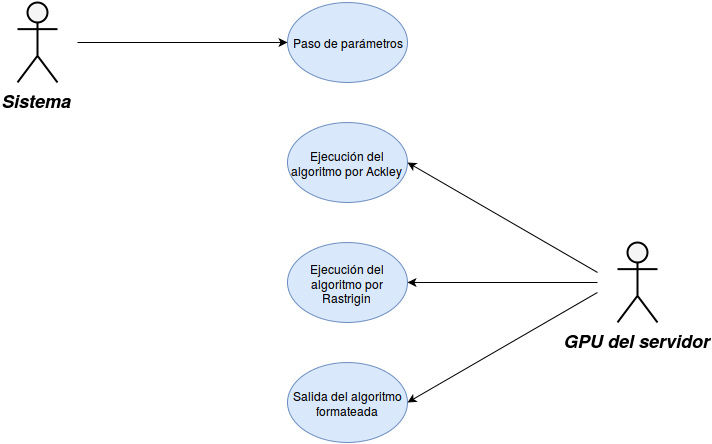
Above: images/d_CU2.png in JCristobal/documentacionSWGPU (draw.io), before the change. Source tidied: cells renumbered, new cells last; positions are measured from the earlier drawing's top-left corner, leaving out a move shared by most shapes. Source of this version:
```xml
<mxGraphModel background="#ffffff">
  <root>
    <mxCell id="0" style="html=1;" />
    <mxCell id="1" style="html=1;" parent="0" />
    <mxCell id="2" value="Sistema" style="shape=umlActor;verticalLabelPosition=bottom;verticalAlign=top;fillColor=#f5f5f5;strokeColor=#000000;fontStyle=3;fontSize=18;fontFamily=Helvetica;strokeWidth=2;html=1;" parent="1" vertex="1">
      <mxGeometry width="40" height="80" as="geometry" />
    </mxCell>
    <mxCell id="3" value="Paso de parámetros&lt;br&gt;" style="ellipse;whiteSpace=wrap;html=1;fillColor=#dae8fc;strokeColor=#6c8ebf;" parent="1" vertex="1">
      <mxGeometry x="270" width="120" height="80" as="geometry" />
    </mxCell>
    <mxCell id="4" style="endArrow=classic;html=1;fillColor=#ffffff;strokeColor=#000000;entryX=0;entryY=0.5;" parent="1" edge="1" target="3">
      <mxGeometry relative="1" as="geometry">
        <mxPoint x="60" y="40" as="sourcePoint" />
      </mxGeometry>
    </mxCell>
    <mxCell id="5" value="Ejecución del algoritmo por Ackley&lt;br&gt;" style="ellipse;whiteSpace=wrap;html=1;fillColor=#dae8fc;strokeColor=#6c8ebf;" parent="1" vertex="1">
      <mxGeometry x="270" y="120" width="120" height="80" as="geometry" />
    </mxCell>
    <mxCell id="6" value="Ejecución del algoritmo por Rastrigin&lt;br&gt;" style="ellipse;whiteSpace=wrap;html=1;fillColor=#dae8fc;strokeColor=#6c8ebf;" parent="1" vertex="1">
      <mxGeometry x="270" y="240" width="120" height="80" as="geometry" />
    </mxCell>
    <mxCell id="7" value="Salida del algoritmo formateada&lt;br&gt;" style="ellipse;whiteSpace=wrap;html=1;fillColor=#dae8fc;strokeColor=#6c8ebf;" parent="1" vertex="1">
      <mxGeometry x="270" y="360" width="120" height="80" as="geometry" />
    </mxCell>
    <mxCell id="8" value="GPU del servidor&lt;br&gt;" style="shape=umlActor;verticalLabelPosition=bottom;verticalAlign=top;fillColor=#f5f5f5;strokeColor=#000000;fontStyle=3;fontSize=18;fontFamily=Helvetica;strokeWidth=2;html=1;" parent="1" vertex="1">
      <mxGeometry x="600" y="240" width="40" height="80" as="geometry" />
    </mxCell>
    <mxCell id="9" style="endArrow=classic;html=1;entryX=1;entryY=0.5;" parent="1" edge="1" target="5">
      <mxGeometry relative="1" as="geometry">
        <mxPoint x="580" y="270" as="sourcePoint" />
      </mxGeometry>
    </mxCell>
    <mxCell id="10" style="endArrow=classic;html=1;entryX=1;entryY=0.5;" parent="1" edge="1" target="7">
      <mxGeometry relative="1" as="geometry">
        <mxPoint x="580" y="290" as="sourcePoint" />
      </mxGeometry>
    </mxCell>
    <mxCell id="11" style="endArrow=classic;html=1;entryX=1;entryY=0.5;" parent="1" edge="1" target="6">
      <mxGeometry relative="1" as="geometry">
        <mxPoint x="580" y="280" as="sourcePoint" />
      </mxGeometry>
    </mxCell>
  </root>
</mxGraphModel>
```
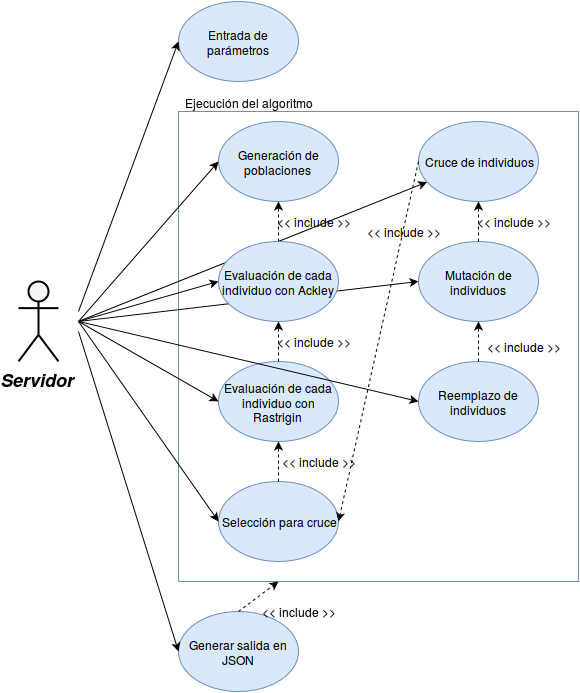
Later version of the same file.

What changed in the source:
```diff
@@ -2,43 +2,128 @@
   <root>
     <mxCell id="0" style="html=1;" />
     <mxCell id="1" style="html=1;" parent="0" />
+    <mxCell id="12" style="whiteSpace=wrap;html=1;strokeColor=#6C8EBF;strokeWidth=1;" parent="1" vertex="1">
+      <mxGeometry x="230" y="110" width="400" height="470" as="geometry" />
+    </mxCell>
-    <mxCell id="2" value="Sistema" style="shape=umlActor;verticalLabelPosition=bottom;verticalAlign=top;fillColor=#f5f5f5;strokeColor=#000000;fontStyle=3;fontSize=18;fontFamily=Helvetica;strokeWidth=2;html=1;" parent="1" vertex="1">
-      <mxGeometry width="40" height="80" as="geometry" />
+    <mxCell id="2" value="Servidor" style="shape=umlActor;verticalLabelPosition=bottom;verticalAlign=top;fillColor=#f5f5f5;strokeColor=#000000;fontStyle=3;fontSize=18;fontFamily=Helvetica;strokeWidth=2;html=1;" parent="1" vertex="1">
+      <mxGeometry x="70" y="280" width="40" height="80" as="geometry" />
     </mxCell>
-    <mxCell id="3" value="Paso de parámetros&lt;br&gt;" style="ellipse;whiteSpace=wrap;html=1;fillColor=#dae8fc;strokeColor=#6c8ebf;" parent="1" vertex="1">
-      <mxGeometry x="270" width="120" height="80" as="geometry" />
+    <mxCell id="3" value="Entrada de parámetros&lt;br&gt;" style="ellipse;whiteSpace=wrap;html=1;fillColor=#dae8fc;strokeColor=#6c8ebf;" parent="1" vertex="1">
+      <mxGeometry x="230" width="120" height="80" as="geometry" />
     </mxCell>
     <mxCell id="4" style="endArrow=classic;html=1;fillColor=#ffffff;strokeColor=#000000;entryX=0;entryY=0.5;" parent="1" edge="1" target="3">
       <mxGeometry relative="1" as="geometry">
-        <mxPoint x="60" y="40" as="sourcePoint" />
+        <mxPoint x="130" y="310" as="sourcePoint" />
       </mxGeometry>
     </mxCell>
-    <mxCell id="5" value="Ejecución del algoritmo por Ackley&lt;br&gt;" style="ellipse;whiteSpace=wrap;html=1;fillColor=#dae8fc;strokeColor=#6c8ebf;" parent="1" vertex="1">
+    <mxCell id="5" value="Generación de poblaciones&lt;br&gt;" style="ellipse;whiteSpace=wrap;html=1;fillColor=#dae8fc;strokeColor=#6c8ebf;" parent="1" vertex="1">
       <mxGeometry x="270" y="120" width="120" height="80" as="geometry" />
     </mxCell>
+    <mxCell id="7" value="Evaluación de cada individuo con Rastrigin&lt;br&gt;" style="ellipse;whiteSpace=wrap;html=1;fillColor=#dae8fc;strokeColor=#6c8ebf;" parent="1" vertex="1">
+      <mxGeometry x="270" y="360" width="120" height="80" as="geometry" />
+    </mxCell>
+    <mxCell id="13" value="Selección para cruce&lt;br&gt;" style="ellipse;whiteSpace=wrap;html=1;strokeColor=#6C8EBF;strokeWidth=1;fillColor=#dae8fc;" parent="1" vertex="1">
+      <mxGeometry x="270" y="480" width="120" height="80" as="geometry" />
+    </mxCell>
+    <mxCell id="14" value="Cruce de individuos&lt;br&gt;" style="ellipse;whiteSpace=wrap;html=1;fillColor=#dae8fc;strokeColor=#6c8ebf;" parent="1" vertex="1">
+      <mxGeometry x="470" y="120" width="120" height="80" as="geometry" />
+    </mxCell>
+    <mxCell id="15" value="Mutación de individuos&lt;br&gt;" style="ellipse;whiteSpace=wrap;html=1;fillColor=#dae8fc;strokeColor=#6c8ebf;" parent="1" vertex="1">
+      <mxGeometry x="470" y="240" width="120" height="80" as="geometry" />
+    </mxCell>
+    <mxCell id="16" value="Reemplazo de individuos&lt;br&gt;" style="ellipse;whiteSpace=wrap;html=1;fillColor=#dae8fc;strokeColor=#6c8ebf;" parent="1" vertex="1">
+      <mxGeometry x="470" y="360" width="120" height="80" as="geometry" />
+    </mxCell>
+    <mxCell id="17" value="Generar salida en JSON&lt;br&gt;" style="ellipse;whiteSpace=wrap;html=1;fillColor=#dae8fc;strokeColor=#6c8ebf;" parent="1" vertex="1">
+      <mxGeometry x="230" y="610" width="120" height="80" as="geometry" />
+    </mxCell>
+    <mxCell id="18" value="Ejecución del algoritmo&lt;br&gt;" style="text;html=1;strokeColor=none;fillColor=none;align=center;verticalAlign=middle;whiteSpace=wrap;" parent="1" vertex="1">
+      <mxGeometry x="230" y="100" width="140" as="geometry" />
+    </mxCell>
+    <mxCell id="19" style="endArrow=classic;html=1;entryX=0;entryY=0.5;" parent="1" edge="1" target="17">
+      <mxGeometry relative="1" as="geometry">
+        <mxPoint x="130" y="330" as="sourcePoint" />
+      </mxGeometry>
+    </mxCell>
+    <mxCell id="20" style="endArrow=classic;html=1;entryX=0;entryY=0.5;" parent="1" edge="1" target="5">
+      <mxGeometry relative="1" as="geometry">
+        <mxPoint x="130" y="320" as="sourcePoint" />
+      </mxGeometry>
+    </mxCell>
+    <mxCell id="21" style="endArrow=classic;html=1;dashed=1;entryX=0.5;entryY=1;exitX=0.5;exitY=0;" parent="1" edge="1" source="15" target="14">
+      <mxGeometry relative="1" as="geometry" />
+    </mxCell>
+    <mxCell id="22" value="&amp;lt;&amp;lt; include &amp;gt;&amp;gt;&lt;br&gt;" style="text;html=1;strokeColor=none;fillColor=none;align=center;verticalAlign=middle;whiteSpace=wrap;" parent="1" vertex="1">
+      <mxGeometry x="520" y="210" width="90" height="20" as="geometry" />
+    </mxCell>
+    <mxCell id="23" style="endArrow=classic;html=1;dashed=1;entryX=0.25;entryY=1;exitX=0.5;exitY=0;" parent="1" edge="1" source="17" target="12">
+      <mxGeometry x="485" y="670" as="geometry" />
+    </mxCell>
+    <mxCell id="24" value="&amp;lt;&amp;lt; include &amp;gt;&amp;gt;&lt;br&gt;" style="text;html=1;strokeColor=none;fillColor=none;align=center;verticalAlign=middle;whiteSpace=wrap;" parent="1" vertex="1">
+      <mxGeometry x="305" y="600" width="90" height="20" as="geometry" />
+    </mxCell>
+    <mxCell id="25" style="endArrow=classic;html=1;dashed=1;entryX=0.5;entryY=1;" parent="1" edge="1" source="6" target="5">
+      <mxGeometry x="365" y="320" as="geometry" />
+    </mxCell>
+    <mxCell id="26" value="&amp;lt;&amp;lt; include &amp;gt;&amp;gt;&lt;br&gt;" style="text;html=1;strokeColor=none;fillColor=none;align=center;verticalAlign=middle;whiteSpace=wrap;" parent="1" vertex="1">
+      <mxGeometry x="320" y="210" width="90" height="20" as="geometry" />
+    </mxCell>
+    <mxCell id="27" style="endArrow=classic;html=1;dashed=1;entryX=0.5;entryY=1;exitX=0.5;exitY=0;" parent="1" edge="1" source="7" target="6">
+      <mxGeometry x="335" y="430" as="geometry" />
+    </mxCell>
+    <mxCell id="28" value="&amp;lt;&amp;lt; include &amp;gt;&amp;gt;&lt;br&gt;" style="text;html=1;strokeColor=none;fillColor=none;align=center;verticalAlign=middle;whiteSpace=wrap;" parent="1" vertex="1">
+      <mxGeometry x="320" y="330" width="90" height="20" as="geometry" />
+    </mxCell>
+    <mxCell id="29" style="endArrow=classic;html=1;dashed=1;entryX=0.5;entryY=1;" parent="1" edge="1" source="13" target="7">
+      <mxGeometry x="600" y="440" as="geometry" />
+    </mxCell>
+    <mxCell id="30" value="&amp;lt;&amp;lt; include &amp;gt;&amp;gt;&lt;br&gt;" style="text;html=1;strokeColor=none;fillColor=none;align=center;verticalAlign=middle;whiteSpace=wrap;" parent="1" vertex="1">
+      <mxGeometry x="325" y="450" width="90" height="20" as="geometry" />
+    </mxCell>
+    <mxCell id="31" style="endArrow=classic;html=1;dashed=1;entryX=1;entryY=0.5;exitX=0;exitY=0.5;" parent="1" edge="1" source="14" target="13">
+      <mxGeometry x="610" y="420" as="geometry" />
+    </mxCell>
+    <mxCell id="32" value="&amp;lt;&amp;lt; include &amp;gt;&amp;gt;&lt;br&gt;" style="text;html=1;strokeColor=none;fillColor=none;align=center;verticalAlign=middle;whiteSpace=wrap;" parent="1" vertex="1">
+      <mxGeometry x="410" y="220" width="90" height="20" as="geometry" />
+    </mxCell>
+    <mxCell id="33" style="endArrow=classic;html=1;dashed=1;entryX=0.5;entryY=1;exitX=0.5;exitY=0;" parent="1" edge="1" source="16" target="15">
+      <mxGeometry x="645" y="420" as="geometry" />
+    </mxCell>
+    <mxCell id="34" value="&amp;lt;&amp;lt; include &amp;gt;&amp;gt;&lt;br&gt;" style="text;html=1;strokeColor=none;fillColor=none;align=center;verticalAlign=middle;whiteSpace=wrap;" parent="1" vertex="1">
+      <mxGeometry x="530" y="335" width="90" height="20" as="geometry" />
+    </mxCell>
+    <mxCell id="35" style="endArrow=classic;html=1;entryX=0;entryY=0.5;" parent="1" edge="1" target="6">
+      <mxGeometry relative="1" as="geometry">
+        <mxPoint x="130" y="320" as="sourcePoint" />
+      </mxGeometry>
+    </mxCell>
+    <mxCell id="36" style="endArrow=classic;html=1;entryX=0;entryY=0.5;" parent="1" edge="1" target="7">
+      <mxGeometry relative="1" as="geometry">
+        <mxPoint x="130" y="320" as="sourcePoint" />
+      </mxGeometry>
+    </mxCell>
+    <mxCell id="37" style="endArrow=classic;html=1;entryX=0;entryY=0.5;" parent="1" edge="1" target="13">
+      <mxGeometry relative="1" as="geometry">
+        <mxPoint x="130" y="320" as="sourcePoint" />
+      </mxGeometry>
+    </mxCell>
+    <mxCell id="38" style="endArrow=classic;html=1;" parent="1" edge="1" target="14">
+      <mxGeometry relative="1" as="geometry">
+        <mxPoint x="130" y="320" as="sourcePoint" />
+      </mxGeometry>
+    </mxCell>
+    <mxCell id="39" style="endArrow=classic;html=1;entryX=0;entryY=0.5;" parent="1" edge="1" target="15">
+      <mxGeometry relative="1" as="geometry">
+        <mxPoint x="130" y="320" as="sourcePoint" />
+      </mxGeometry>
+    </mxCell>
+    <mxCell id="40" style="endArrow=classic;html=1;entryX=0;entryY=0.5;" parent="1" edge="1" target="16">
+      <mxGeometry relative="1" as="geometry">
+        <mxPoint x="130" y="320" as="sourcePoint" />
+      </mxGeometry>
+    </mxCell>
-    <mxCell id="6" value="Ejecución del algoritmo por Rastrigin&lt;br&gt;" style="ellipse;whiteSpace=wrap;html=1;fillColor=#dae8fc;strokeColor=#6c8ebf;" parent="1" vertex="1">
+    <mxCell id="6" value="Evaluación de cada individuo con Ackley&lt;br&gt;" style="ellipse;whiteSpace=wrap;html=1;fillColor=#dae8fc;strokeColor=#6c8ebf;" parent="1" vertex="1">
       <mxGeometry x="270" y="240" width="120" height="80" as="geometry" />
     </mxCell>
-    <mxCell id="7" value="Salida del algoritmo formateada&lt;br&gt;" style="ellipse;whiteSpace=wrap;html=1;fillColor=#dae8fc;strokeColor=#6c8ebf;" parent="1" vertex="1">
-      <mxGeometry x="270" y="360" width="120" height="80" as="geometry" />
-    </mxCell>
-    <mxCell id="8" value="GPU del servidor&lt;br&gt;" style="shape=umlActor;verticalLabelPosition=bottom;verticalAlign=top;fillColor=#f5f5f5;strokeColor=#000000;fontStyle=3;fontSize=18;fontFamily=Helvetica;strokeWidth=2;html=1;" parent="1" vertex="1">
-      <mxGeometry x="600" y="240" width="40" height="80" as="geometry" />
-    </mxCell>
-    <mxCell id="9" style="endArrow=classic;html=1;entryX=1;entryY=0.5;" parent="1" edge="1" target="5">
-      <mxGeometry relative="1" as="geometry">
-        <mxPoint x="580" y="270" as="sourcePoint" />
-      </mxGeometry>
-    </mxCell>
-    <mxCell id="10" style="endArrow=classic;html=1;entryX=1;entryY=0.5;" parent="1" edge="1" target="7">
-      <mxGeometry relative="1" as="geometry">
-        <mxPoint x="580" y="290" as="sourcePoint" />
-      </mxGeometry>
-    </mxCell>
-    <mxCell id="11" style="endArrow=classic;html=1;entryX=1;entryY=0.5;" parent="1" edge="1" target="6">
-      <mxGeometry relative="1" as="geometry">
-        <mxPoint x="580" y="280" as="sourcePoint" />
-      </mxGeometry>
-    </mxCell>
   </root>
 </mxGraphModel>
```
